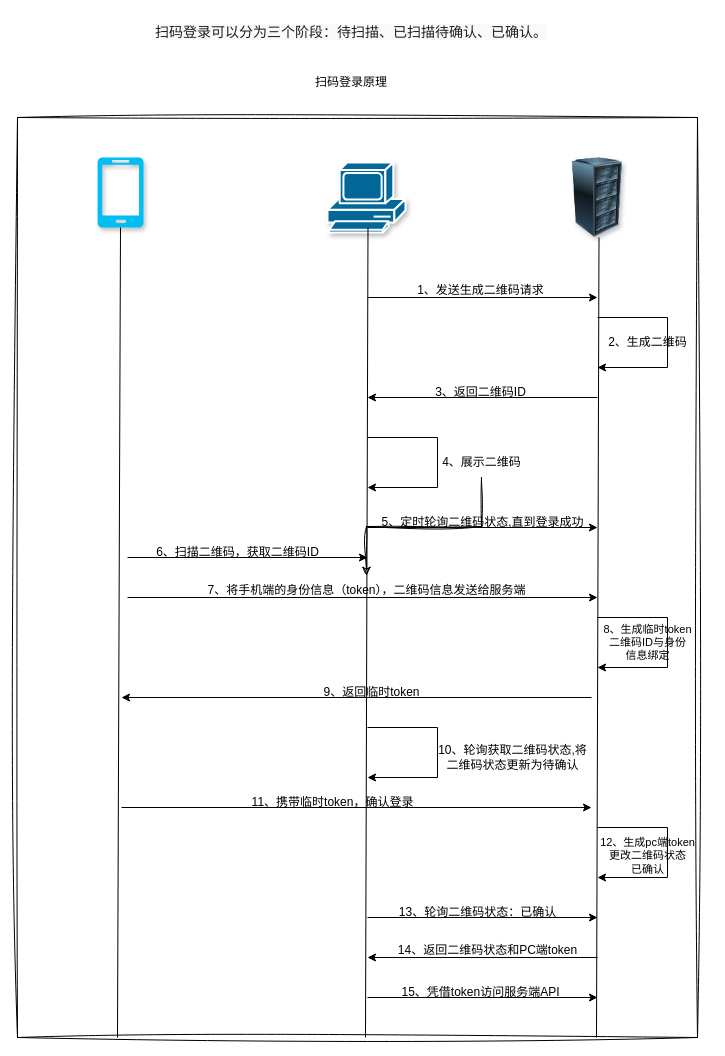
Above: image-text/扫码登录原理.drawio in Rodert/javapub_oss (draw.io), before the change. Source tidied: cells renumbered, new cells numbered last; positions are measured from the earlier drawing's top-left corner, leaving out a move shared by most shapes. Both pictures are drawn from the tidied source at 100%, with x=0, y=0 at pixel (17, 17).
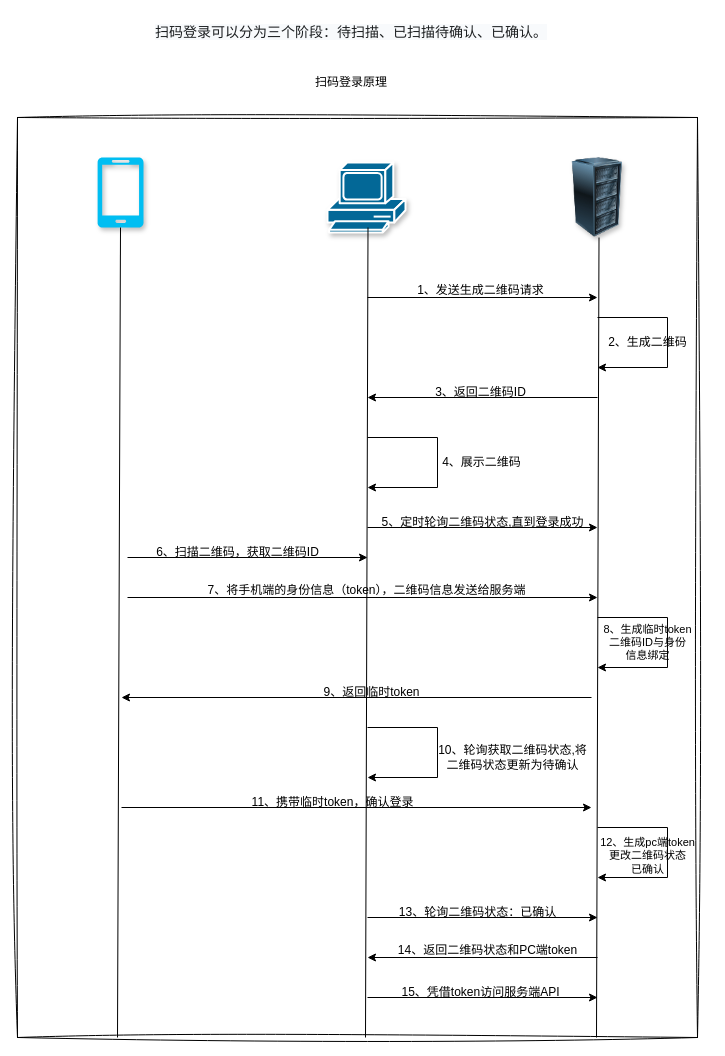
After the change.

Commit message (it also covers changes not shown here):
更新扫码登录原理.drawio

The change refers to these unchanged cells:
```xml
<mxCell id="33" value="4、展示二维码" style="text;html=1;align=center;verticalAlign=middle;points=[];strokeColor=none;fillColor=none;fontFamily=Helvetica;" parent="1" vertex="1">
  <mxGeometry x="414" y="430" width="100" height="30" as="geometry" />
</mxCell>
<mxCell id="36" value="&lt;div&gt;7、将手机端的身份信息（token），二维&lt;span style=&quot;background-color: initial;&quot;&gt;码信息发送给服务端&lt;/span&gt;&lt;/div&gt;" style="text;html=1;align=center;verticalAlign=middle;points=[];strokeColor=none;fillColor=none;fontFamily=Helvetica;" parent="1" vertex="1">
  <mxGeometry x="179" y="558" width="340" height="30" as="geometry" />
</mxCell>
```

Diff of the diagram source:
```diff
@@
-    <mxCell id="32" style="edgeStyle=orthogonalEdgeStyle;rounded=0;sketch=1;hachureGap=4;jiggle=2;curveFitting=1;jettySize=auto;html=1;fontFamily=Helvetica;" parent="1" edge="1" source="33" target="36">
-      <mxGeometry relative="1" as="geometry" />
-    </mxCell>
```
